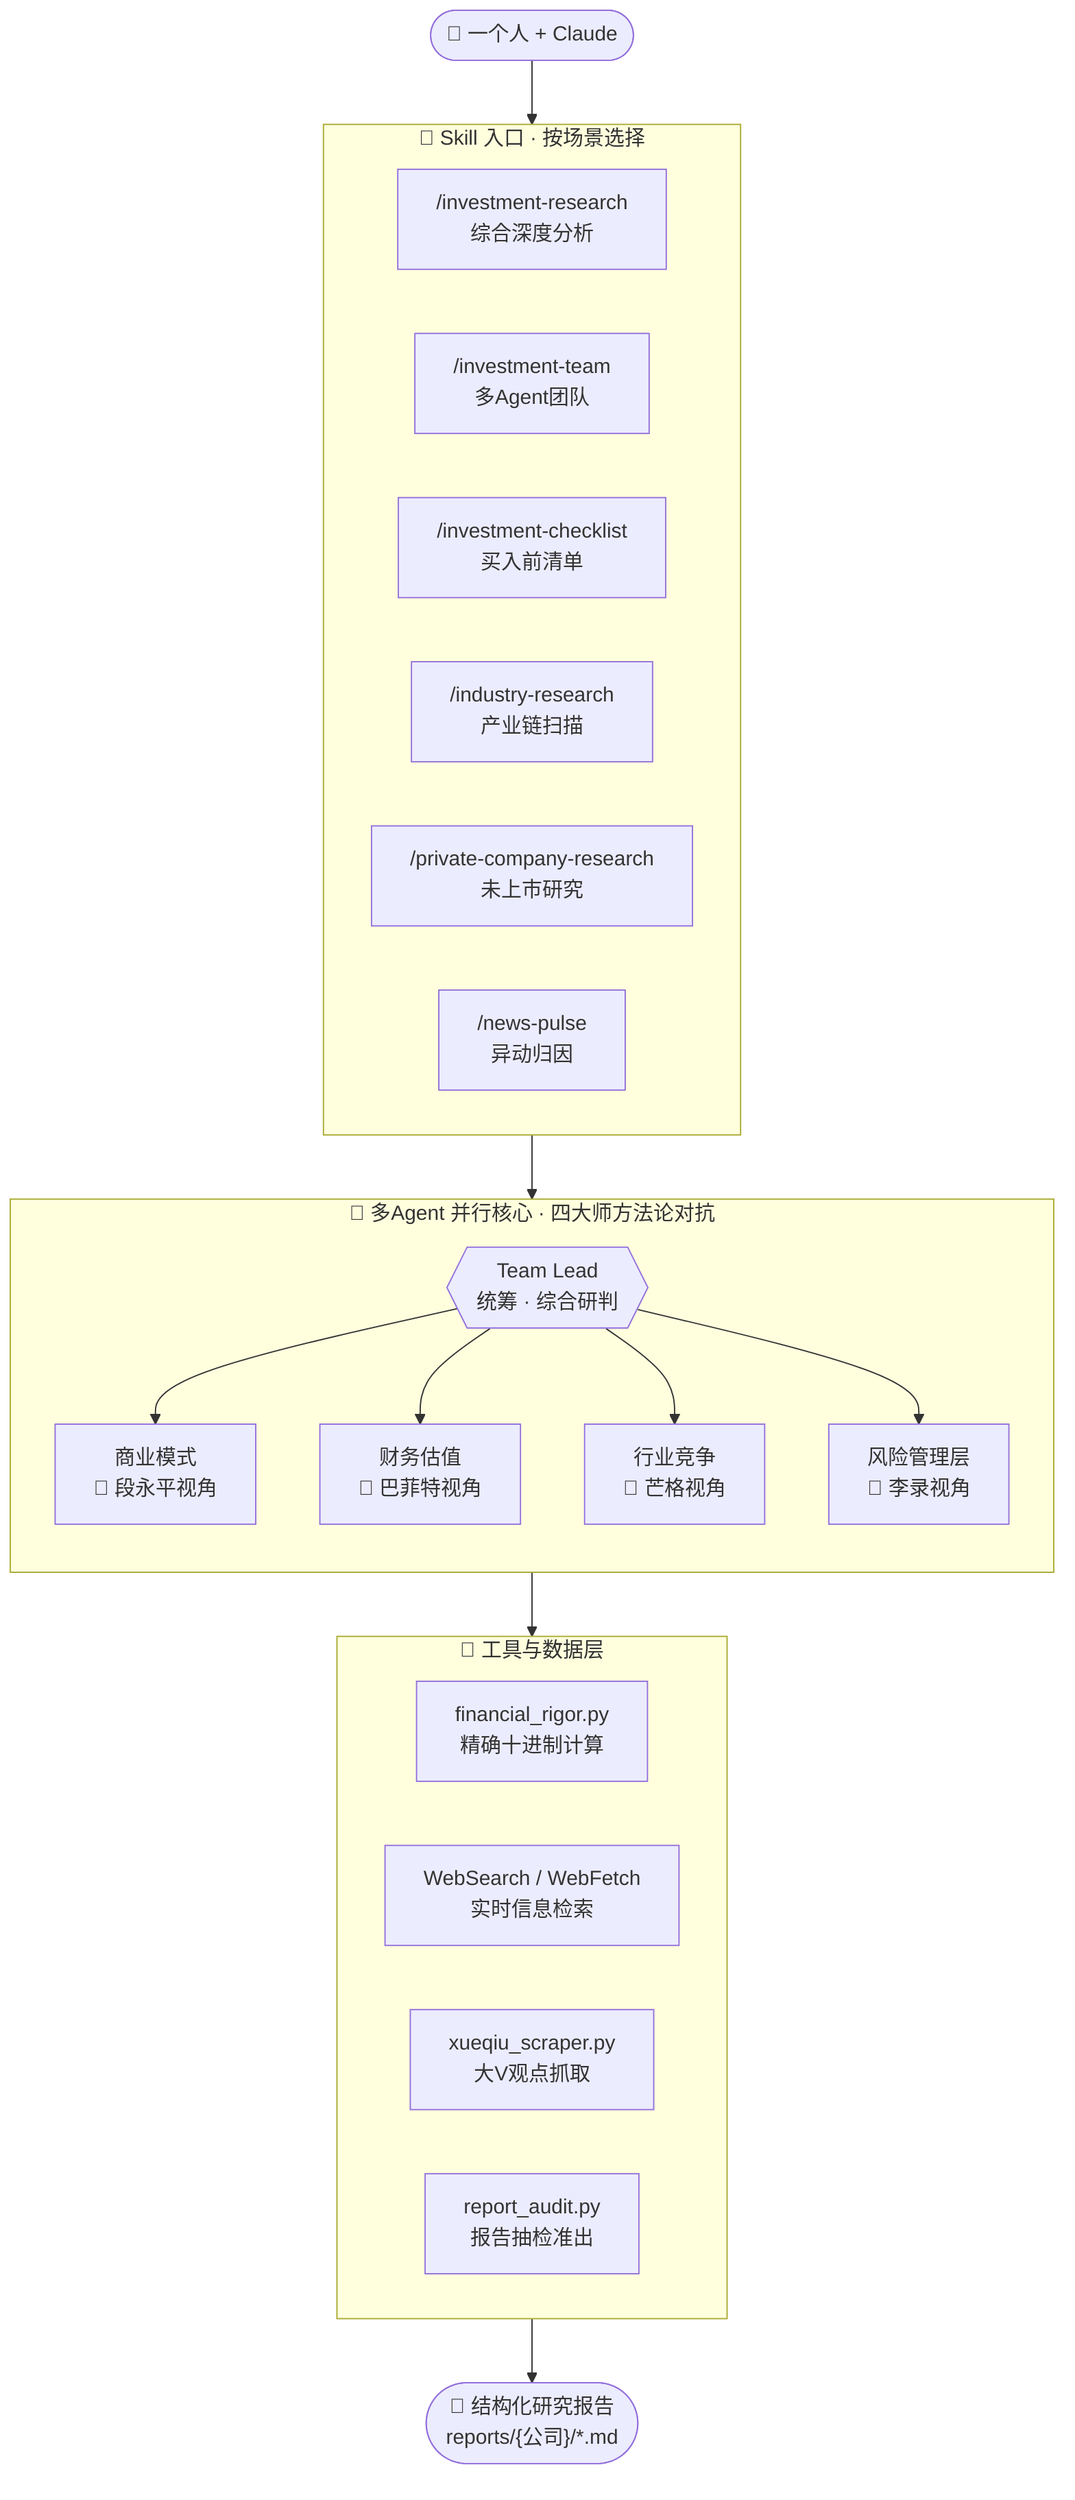
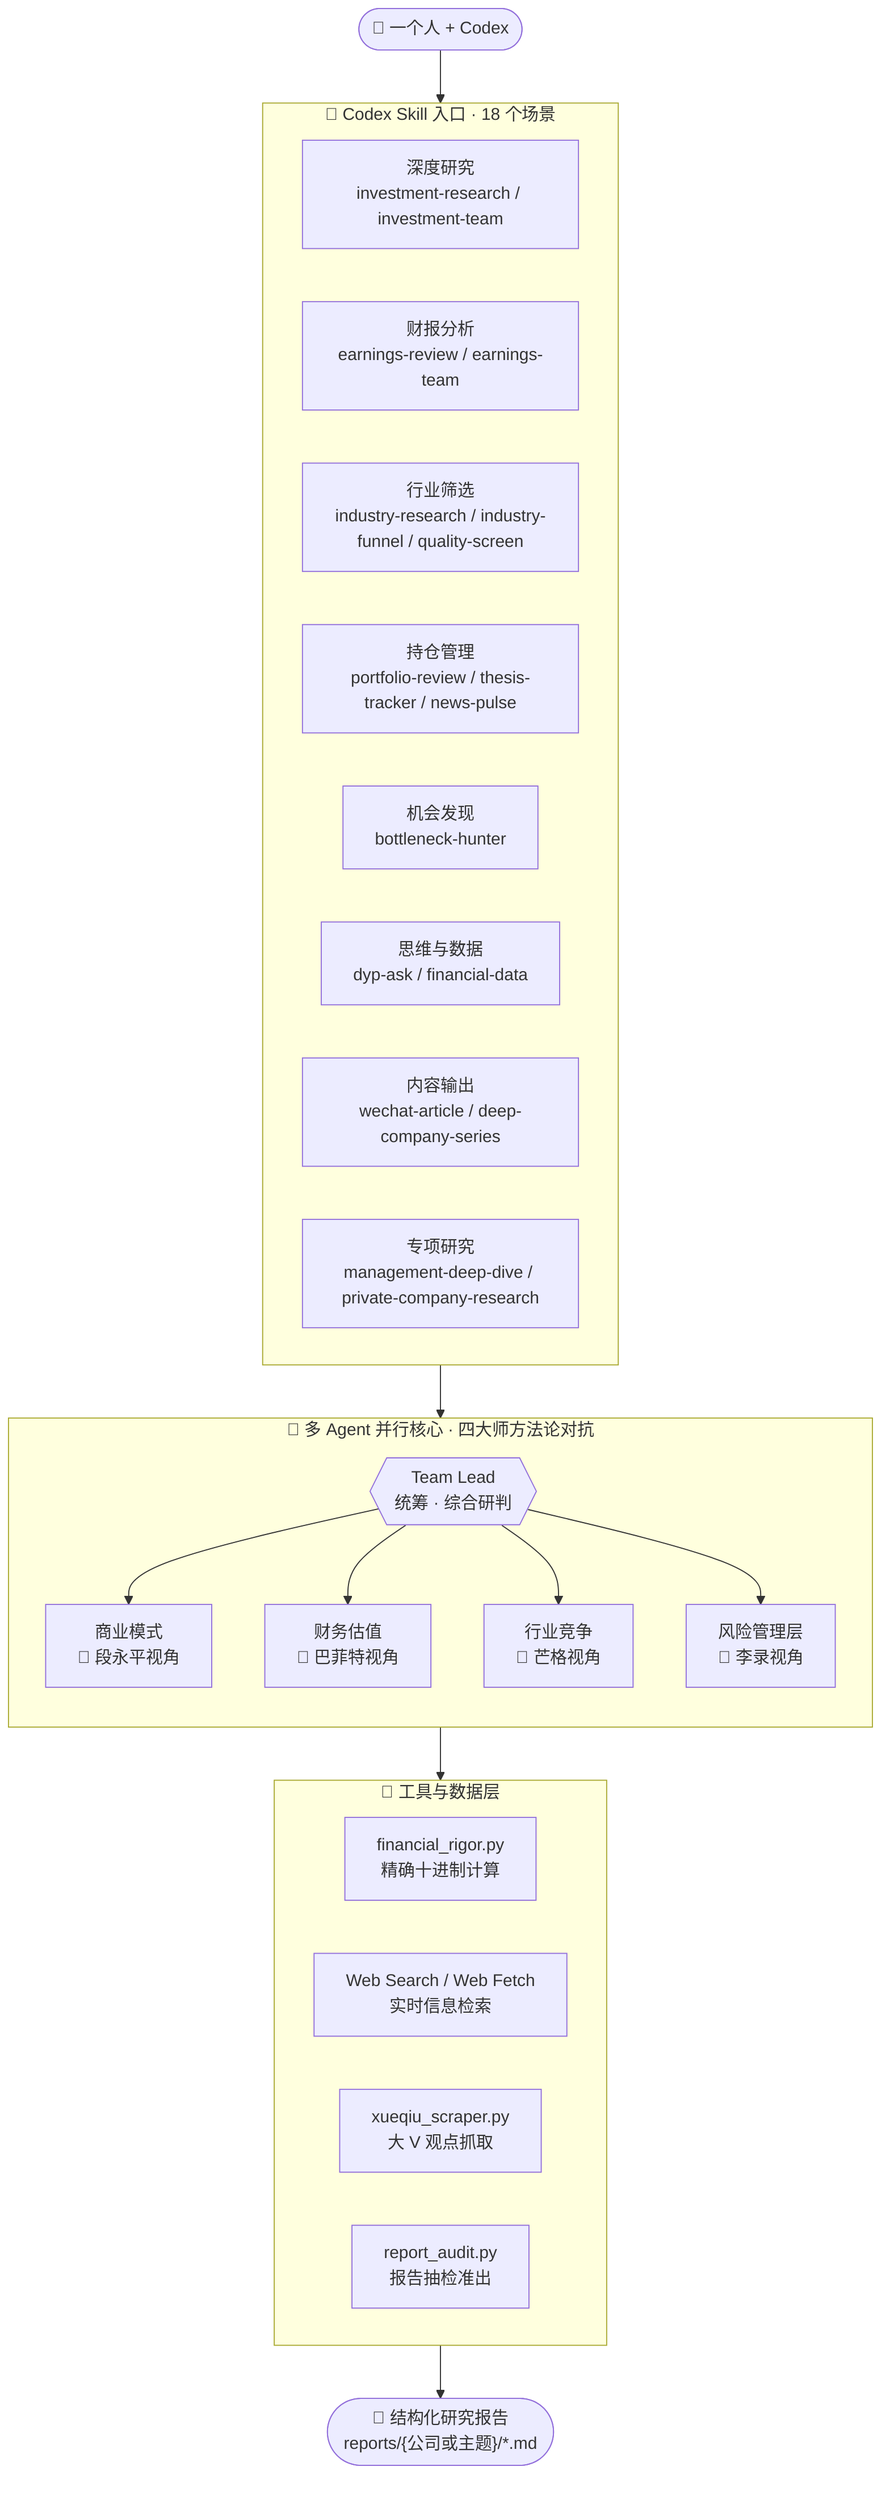
flowchart TB
-     User(["👤 一个人 + Claude"])
+     User(["👤 一个人 + Codex"])

    User --> Skills

-     subgraph Skills["🎯 Skill 入口 · 按场景选择"]
+     subgraph Skills["🎯 Codex Skill 入口 · 18 个场景"]
        direction LR
-         S1["/investment-research<br/>综合深度分析"]
-         S2["/investment-team<br/>多Agent团队"]
-         S3["/investment-checklist<br/>买入前清单"]
-         S4["/industry-research<br/>产业链扫描"]
-         S5["/private-company-research<br/>未上市研究"]
-         S6["/news-pulse<br/>异动归因"]
+         S1["深度研究<br/>investment-research / investment-team"]
+         S2["财报分析<br/>earnings-review / earnings-team"]
+         S3["行业筛选<br/>industry-research / industry-funnel / quality-screen"]
+         S4["持仓管理<br/>portfolio-review / thesis-tracker / news-pulse"]
+         S5["机会发现<br/>bottleneck-hunter"]
+         S6["思维与数据<br/>dyp-ask / financial-data"]
+         S7["内容输出<br/>wechat-article / deep-company-series"]
+         S8["专项研究<br/>management-deep-dive / private-company-research"]
    end

    Skills --> Core

-     subgraph Core["🧠 多Agent 并行核心 · 四大师方法论对抗"]
+     subgraph Core["🧠 多 Agent 并行核心 · 四大师方法论对抗"]
        direction TB
        Lead{{"Team Lead<br/>统筹 · 综合研判"}}
        Lead --> A1["商业模式<br/>📍 段永平视角"]
        Lead --> A2["财务估值<br/>📍 巴菲特视角"]
        Lead --> A3["行业竞争<br/>📍 芒格视角"]
        Lead --> A4["风险管理层<br/>📍 李录视角"]
    end

    Core --> Tools

    subgraph Tools["🔧 工具与数据层"]
        direction LR
        T1["financial_rigor.py<br/>精确十进制计算"]
-         T2["WebSearch / WebFetch<br/>实时信息检索"]
-         T3["xueqiu_scraper.py<br/>大V观点抓取"]
+         T2["Web Search / Web Fetch<br/>实时信息检索"]
+         T3["xueqiu_scraper.py<br/>大 V 观点抓取"]
        T4["report_audit.py<br/>报告抽检准出"]
    end

    Tools --> Report

-     Report(["📄 结构化研究报告<br/>reports/{公司}/*.md"])
+     Report(["📄 结构化研究报告<br/>reports/{公司或主题}/*.md"])
